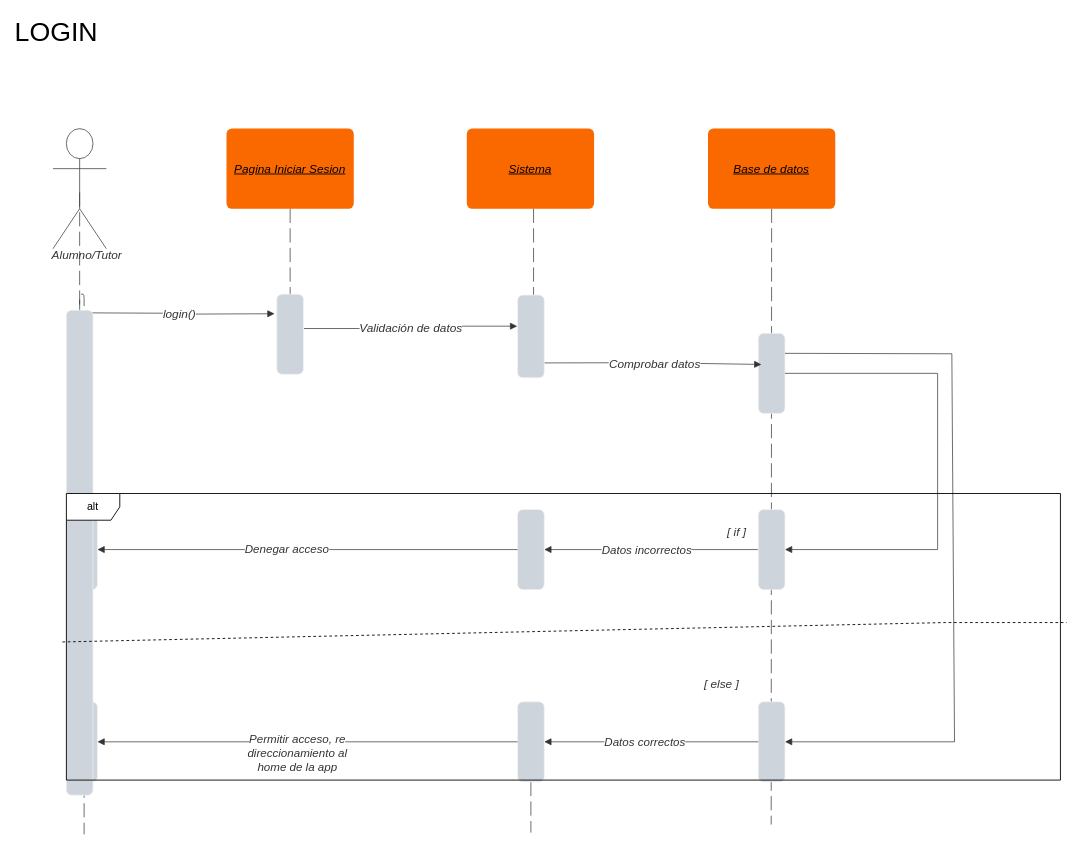
Earlier version of the draw.io diagram page "login" (1 of 12) of diagrama_secuencia.drawio (TP-SE1/TP_SOS-UC). Source tidied: cells renumbered, new cells numbered last; positions are measured from the earlier drawing's top-left corner, leaving out a move shared by most shapes. Both pictures are drawn from the tidied source at 89%, with x=0, y=0 at pixel (29, 18).
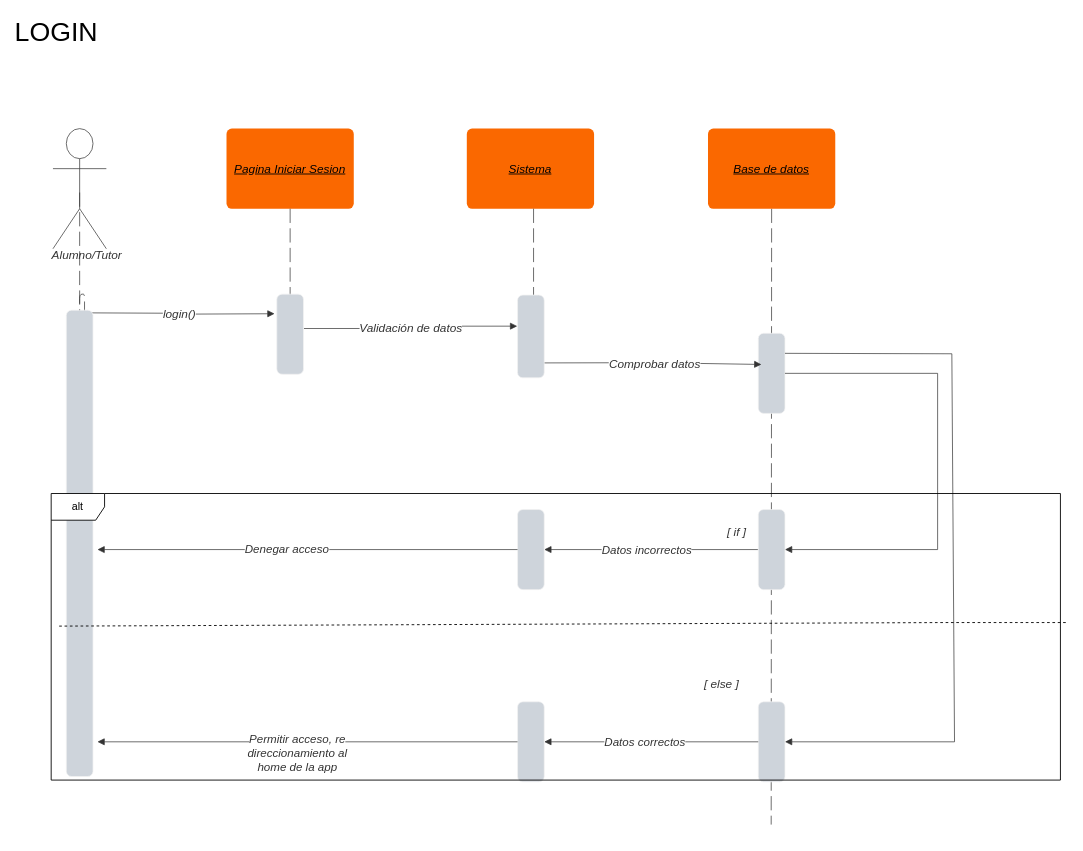
The same page after the edit.

Unchanged cells that the change refers to:
```xml
<mxCell id="25" style="html=1;overflow=block;blockSpacing=1;whiteSpace=wrap;fontSize=13;spacing=0;strokeColor=#f2f2f2;strokeOpacity=100;fillOpacity=100;rounded=1;absoluteArcSize=1;arcSize=12;fillColor=#ced4db;strokeWidth=0.8;lucidId=Yu5MydJHa4al;" parent="1" vertex="1">
  <mxGeometry x="548" y="768" width="30" height="90" as="geometry" />
</mxCell>
<mxCell id="26" style="html=1;overflow=block;blockSpacing=1;whiteSpace=wrap;fontSize=13;spacing=0;strokeColor=#f2f2f2;strokeOpacity=100;fillOpacity=100;rounded=1;absoluteArcSize=1;arcSize=12;fillColor=#ced4db;strokeWidth=0.8;lucidId=Yu5MydJHa4al;" parent="1" vertex="1">
  <mxGeometry x="548" y="552" width="30" height="90" as="geometry" />
</mxCell>
```

Diff of the diagram source:
```diff
@@
-    <mxCell id="2" style="html=1;jettySize=18;whiteSpace=wrap;fontSize=13;fontFamily=helvetica;strokeColor=#333333;strokeOpacity=100;dashed=1;fixDash=1;dashPattern=16 6;strokeWidth=0.8;rounded=1;arcSize=24;edgeStyle=orthogonalEdgeStyle;startArrow=none;endArrow=none;exitX=0.5;exitY=1;exitPerimeter=0;lucidId=Yu5MXQ6BOCr2;" parent="1" edge="1" source="25">
-      <mxGeometry relative="1" as="geometry">
-        <mxPoint x="563" y="915" as="targetPoint" />
-      </mxGeometry>
-    </mxCell>
@@
-    <mxCell id="9" style="html=1;jettySize=18;whiteSpace=wrap;fontSize=13;strokeColor=#333333;strokeOpacity=100;dashed=1;fixDash=1;dashPattern=16 6;strokeWidth=0.8;rounded=1;arcSize=10;edgeStyle=orthogonalEdgeStyle;startArrow=none;endArrow=none;exitX=0.5;exitY=0.532;exitPerimeter=0;lucidId=Yu5Migy3NWk_;" parent="1" edge="1" source="32">
-      <mxGeometry relative="1" as="geometry">
-        <mxPoint x="61" y="917" as="targetPoint" />
-      </mxGeometry>
-    </mxCell>
@@
-    <mxCell id="27" style="html=1;jettySize=18;whiteSpace=wrap;fontSize=13;strokeColor=#333333;strokeOpacity=100;dashed=1;fixDash=1;dashPattern=16 6;strokeWidth=0.8;rounded=1;arcSize=10;edgeStyle=orthogonalEdgeStyle;startArrow=none;endArrow=none;exitX=0.5;exitY=0.532;exitPerimeter=0;lucidId=Yu5Migy3NWk_;" parent="1" edge="1" source="38" target="28">
-      <mxGeometry relative="1" as="geometry" />
+    <mxCell id="27" style="html=1;jettySize=18;whiteSpace=wrap;fontSize=13;strokeColor=#333333;strokeOpacity=100;dashed=1;fixDash=1;dashPattern=16 6;strokeWidth=0.8;rounded=1;arcSize=10;edgeStyle=orthogonalEdgeStyle;startArrow=none;endArrow=none;exitX=0.5;exitY=0.532;exitPerimeter=0;lucidId=Yu5Migy3NWk_;" parent="1" edge="1" source="38">
+      <mxGeometry relative="1" as="geometry">
+        <mxPoint x="61" y="552" as="targetPoint" />
+      </mxGeometry>
     </mxCell>
-    <mxCell id="28" style="html=1;overflow=block;blockSpacing=1;whiteSpace=wrap;fontSize=13;spacing=0;strokeColor=#f2f2f2;strokeOpacity=100;fillOpacity=100;rounded=1;absoluteArcSize=1;arcSize=12;fillColor=#ced4db;strokeWidth=0.8;lucidId=Yu5MydJHa4al;" parent="1" vertex="1">
-      <mxGeometry x="46" y="552" width="30" height="90" as="geometry" />
-    </mxCell>
-    <mxCell id="29" style="html=1;jettySize=18;whiteSpace=wrap;fontSize=13;fontFamily=helvetica;strokeColor=#333333;strokeOpacity=100;strokeWidth=0.8;rounded=0;startArrow=none;endArrow=block;endFill=1;exitX=0;exitY=0.5;entryX=1;entryY=0.5;lucidId=Yu5MB3FtIlV_;exitDx=0;exitDy=0;entryDx=0;entryDy=0;" parent="1" edge="1" source="26" target="28">
-      <mxGeometry relative="1" as="geometry" />
+    <mxCell id="29" style="html=1;jettySize=18;whiteSpace=wrap;fontSize=13;fontFamily=helvetica;strokeColor=#333333;strokeOpacity=100;strokeWidth=0.8;rounded=0;startArrow=none;endArrow=block;endFill=1;exitX=0;exitY=0.5;entryX=1;entryY=0.5;lucidId=Yu5MB3FtIlV_;exitDx=0;exitDy=0;entryDx=0;entryDy=0;" parent="1" edge="1" source="26">
+      <mxGeometry relative="1" as="geometry">
+        <mxPoint x="76" y="597" as="targetPoint" />
+      </mxGeometry>
     </mxCell>
-    <mxCell id="30" style="html=1;jettySize=18;whiteSpace=wrap;fontSize=13;fontFamily=helvetica;strokeColor=#333333;strokeOpacity=100;strokeWidth=0.8;rounded=0;startArrow=none;endArrow=block;endFill=1;exitX=0;exitY=0.5;entryX=1;entryY=0.5;lucidId=Yu5MB3FtIlV_;exitDx=0;exitDy=0;entryDx=0;entryDy=0;" parent="1" edge="1" source="25" target="32">
-      <mxGeometry relative="1" as="geometry" />
+    <mxCell id="30" style="html=1;jettySize=18;whiteSpace=wrap;fontSize=13;fontFamily=helvetica;strokeColor=#333333;strokeOpacity=100;strokeWidth=0.8;rounded=0;startArrow=none;endArrow=block;endFill=1;exitX=0;exitY=0.5;entryX=1;entryY=0.5;lucidId=Yu5MB3FtIlV_;exitDx=0;exitDy=0;entryDx=0;entryDy=0;" parent="1" edge="1" source="25">
+      <mxGeometry relative="1" as="geometry">
+        <mxPoint x="76" y="813" as="targetPoint" />
+      </mxGeometry>
     </mxCell>
-    <mxCell id="31" style="html=1;jettySize=18;whiteSpace=wrap;fontSize=13;strokeColor=#333333;strokeOpacity=100;dashed=1;fixDash=1;dashPattern=16 6;strokeWidth=0.8;rounded=1;arcSize=10;edgeStyle=orthogonalEdgeStyle;startArrow=none;endArrow=none;exitX=0.5;exitY=0.532;exitPerimeter=0;lucidId=Yu5Migy3NWk_;" parent="1" edge="1" source="28" target="32">
-      <mxGeometry relative="1" as="geometry" />
+    <mxCell id="31" style="html=1;jettySize=18;whiteSpace=wrap;fontSize=13;strokeColor=#333333;strokeOpacity=100;dashed=1;fixDash=1;dashPattern=16 6;strokeWidth=0.8;rounded=1;arcSize=10;edgeStyle=orthogonalEdgeStyle;startArrow=none;endArrow=none;exitX=0.5;exitY=0.532;exitPerimeter=0;lucidId=Yu5Migy3NWk_;" parent="1" edge="1">
+      <mxGeometry relative="1" as="geometry">
+        <mxPoint x="61" y="599.9" as="sourcePoint" />
+        <mxPoint x="61" y="768" as="targetPoint" />
+      </mxGeometry>
     </mxCell>
-    <mxCell id="32" style="html=1;overflow=block;blockSpacing=1;whiteSpace=wrap;fontSize=13;spacing=0;strokeColor=#f2f2f2;strokeOpacity=100;fillOpacity=100;rounded=1;absoluteArcSize=1;arcSize=12;fillColor=#ced4db;strokeWidth=0.8;lucidId=Yu5MydJHa4al;" parent="1" vertex="1">
-      <mxGeometry x="46" y="768" width="30" height="90" as="geometry" />
-    </mxCell>
@@
     <mxCell id="38" style="html=1;overflow=block;blockSpacing=1;whiteSpace=wrap;fontSize=13;spacing=0;strokeColor=#f2f2f2;strokeOpacity=100;fillOpacity=100;rounded=1;absoluteArcSize=1;arcSize=12;fillColor=#ced4db;strokeWidth=0.8;lucidId=Yu5MhR-oMSno;" parent="1" vertex="1">
-      <mxGeometry x="41" y="328" width="30" height="545" as="geometry" />
+      <mxGeometry x="41" y="328" width="30" height="524" as="geometry" />
     </mxCell>
@@
     <mxCell id="44" value="alt" style="shape=umlFrame;whiteSpace=wrap;html=1;" parent="1" vertex="1">
-      <mxGeometry x="41.1" y="534" width="1116.9" height="322" as="geometry" />
+      <mxGeometry x="24" y="534" width="1134" height="322" as="geometry" />
     </mxCell>
-    <mxCell id="45" style="endArrow=none;dashed=1;html=1;rounded=0;exitX=-0.004;exitY=0.518;exitDx=0;exitDy=0;exitPerimeter=0;" parent="1" edge="1" source="44">
+    <mxCell id="45" style="endArrow=none;dashed=1;html=1;rounded=0;" parent="1" edge="1">
       <mxGeometry relative="1" as="geometry">
+        <mxPoint x="33" y="683" as="sourcePoint" />
         <mxPoint x="1165" y="679" as="targetPoint" />
         <Array as="points">
           <mxPoint x="1029" y="679" />
         </Array>
       </mxGeometry>
     </mxCell>
```
